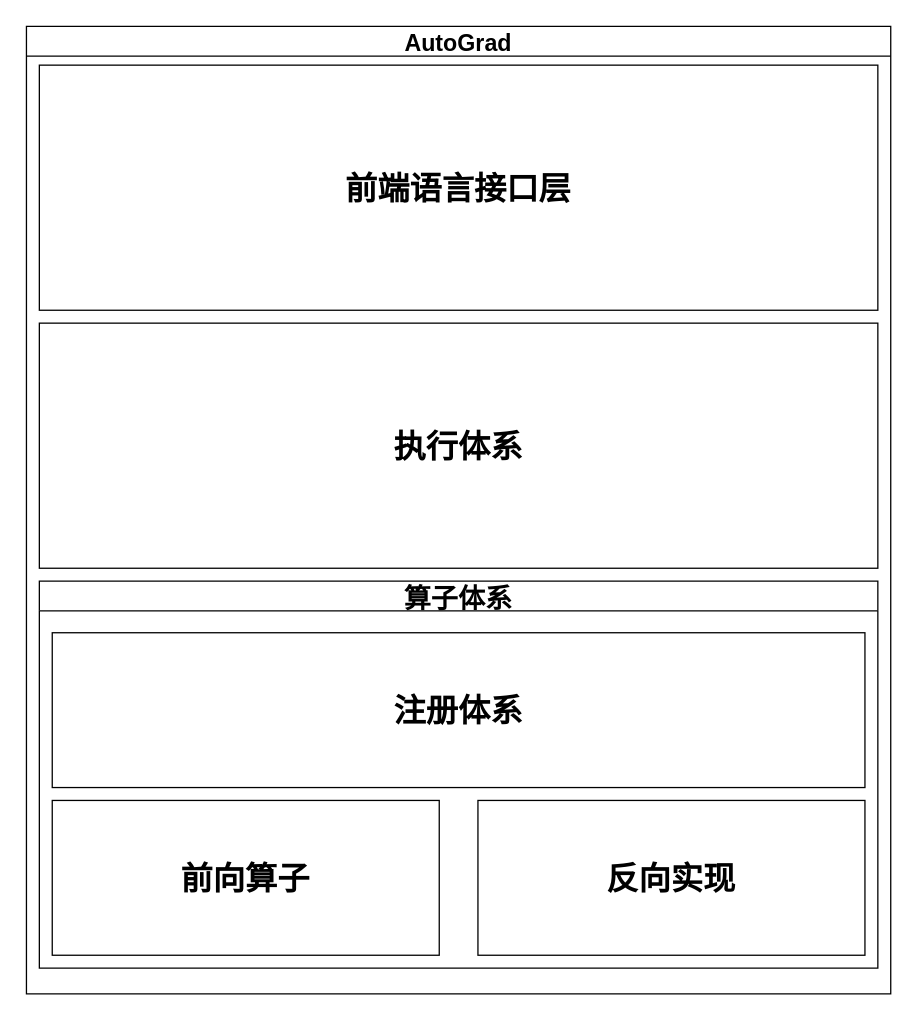
This is autograd.drawio from JiabinYang/Doc, a draw.io file, before an edit. Source tidied: cells renumbered, new cells numbered last; positions are measured from the earlier drawing's top-left corner, leaving out a move shared by most shapes. Both pictures are drawn from the tidied source at 129%, with x=0, y=0 at pixel (26, 26).
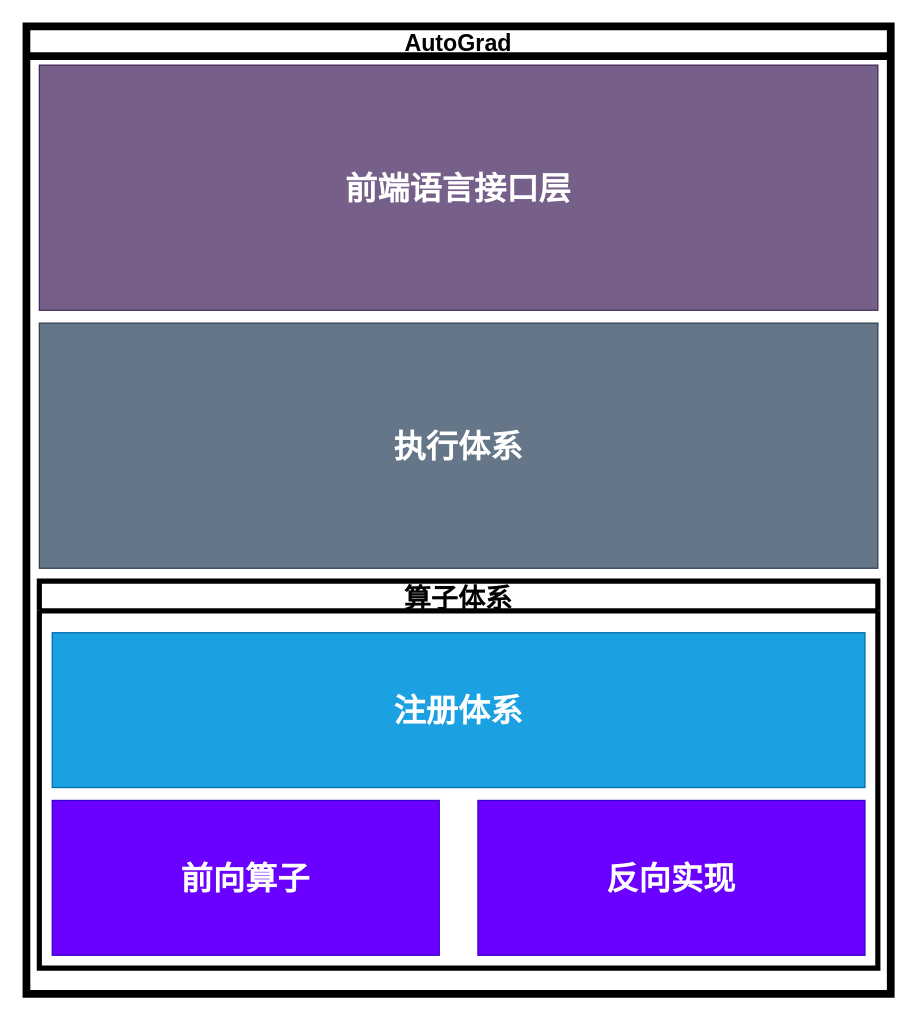
The same page after the edit.

Change to the diagram source:
```diff
@@
 <mxGraphModel>
   <root>
     <mxCell id="0" />
     <mxCell id="1" parent="0" />
-    <mxCell id="2" value="AutoGrad" style="swimlane;startSize=23;fontSize=18;" parent="1" vertex="1">
+    <mxCell id="2" value="AutoGrad" style="swimlane;startSize=23;fontSize=18;strokeWidth=6;" parent="1" vertex="1">
       <mxGeometry width="670" height="750" as="geometry" />
     </mxCell>
-    <mxCell id="3" value="前向算子" style="rounded=0;whiteSpace=wrap;html=1;fontSize=25;fontStyle=1;" parent="2" vertex="1">
+    <mxCell id="3" value="前向算子" style="rounded=0;whiteSpace=wrap;html=1;fontSize=25;fontStyle=1;fillColor=#6a00ff;fontColor=#ffffff;strokeColor=#3700CC;" parent="2" vertex="1">
       <mxGeometry x="20" y="600" width="300" height="120" as="geometry" />
     </mxCell>
-    <mxCell id="4" value="执行体系" style="rounded=0;whiteSpace=wrap;html=1;fontSize=25;fontStyle=1;" parent="2" vertex="1">
+    <mxCell id="4" value="执行体系" style="rounded=0;whiteSpace=wrap;html=1;fontSize=25;fontStyle=1;fillColor=#647687;fontColor=#ffffff;strokeColor=#314354;" parent="2" vertex="1">
       <mxGeometry x="10" y="230" width="650" height="190" as="geometry" />
     </mxCell>
-    <mxCell id="5" value="前端语言接口层" style="rounded=0;whiteSpace=wrap;html=1;fontSize=25;fontStyle=1;" parent="2" vertex="1">
+    <mxCell id="5" value="前端语言接口层" style="rounded=0;whiteSpace=wrap;html=1;fontSize=25;fontStyle=1;fillColor=#76608a;fontColor=#ffffff;strokeColor=#432D57;" parent="2" vertex="1">
       <mxGeometry x="10" y="30" width="650" height="190" as="geometry" />
     </mxCell>
-    <mxCell id="6" value="算子体系" style="swimlane;fontSize=21;" parent="2" vertex="1">
+    <mxCell id="6" value="算子体系" style="swimlane;fontSize=21;strokeWidth=4;" parent="2" vertex="1">
       <mxGeometry x="10" y="430" width="650" height="300" as="geometry" />
     </mxCell>
-    <mxCell id="7" value="反向实现" style="rounded=0;whiteSpace=wrap;html=1;fontSize=25;fontStyle=1;" parent="6" vertex="1">
+    <mxCell id="7" value="反向实现" style="rounded=0;whiteSpace=wrap;html=1;fontSize=25;fontStyle=1;fillColor=#6a00ff;fontColor=#ffffff;strokeColor=#3700CC;" parent="6" vertex="1">
       <mxGeometry x="340" y="170" width="300" height="120" as="geometry" />
     </mxCell>
-    <mxCell id="8" value="注册体系" style="rounded=0;whiteSpace=wrap;html=1;fontSize=25;fontStyle=1;" parent="6" vertex="1">
+    <mxCell id="8" value="注册体系" style="rounded=0;whiteSpace=wrap;html=1;fontSize=25;fontStyle=1;fillColor=#1ba1e2;fontColor=#ffffff;strokeColor=#006EAF;" parent="6" vertex="1">
       <mxGeometry x="10" y="40" width="630" height="120" as="geometry" />
     </mxCell>
   </root>
 </mxGraphModel>
```
